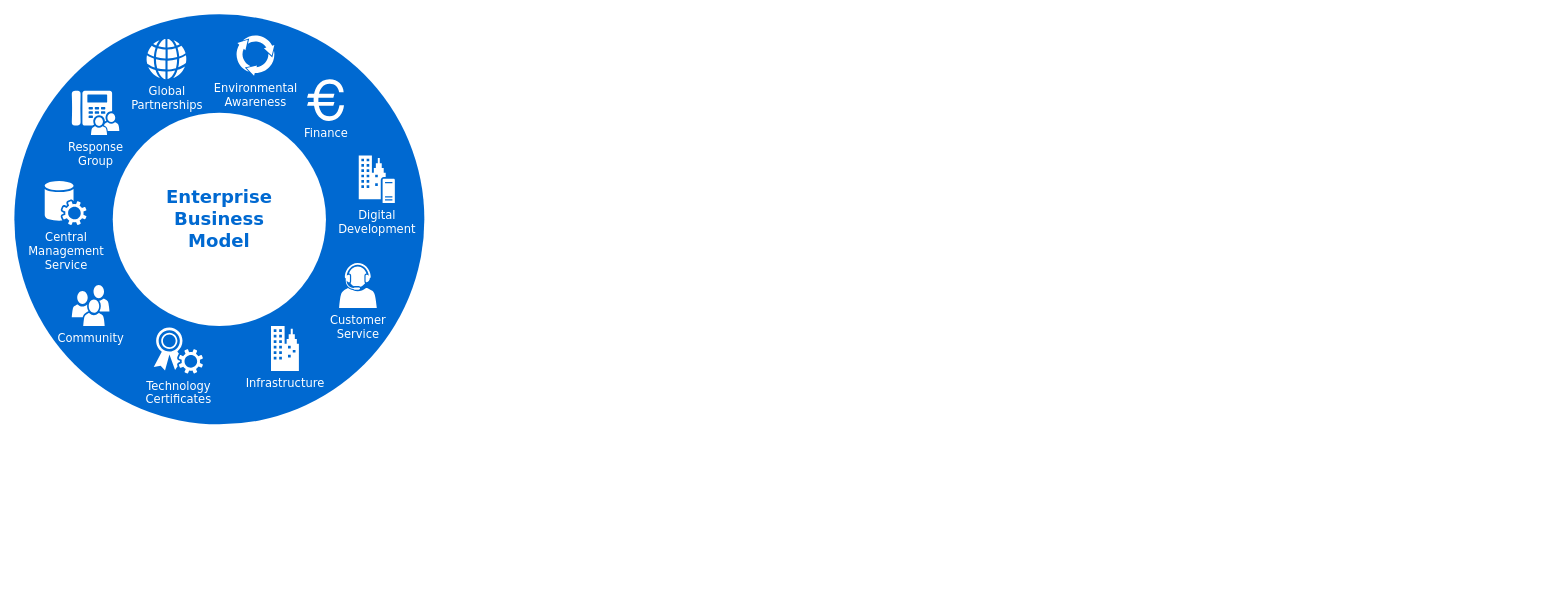
Before: Untitled Diagram.drawio in zzz-maker/CS-Notes, a draw.io diagram. Source tidied: cells renumbered, new cells numbered last; positions are measured from the earlier drawing's top-left corner, leaving out a move shared by most shapes. Both pictures are drawn from the tidied source at 82%, with x=0, y=0 at pixel (14, 14).
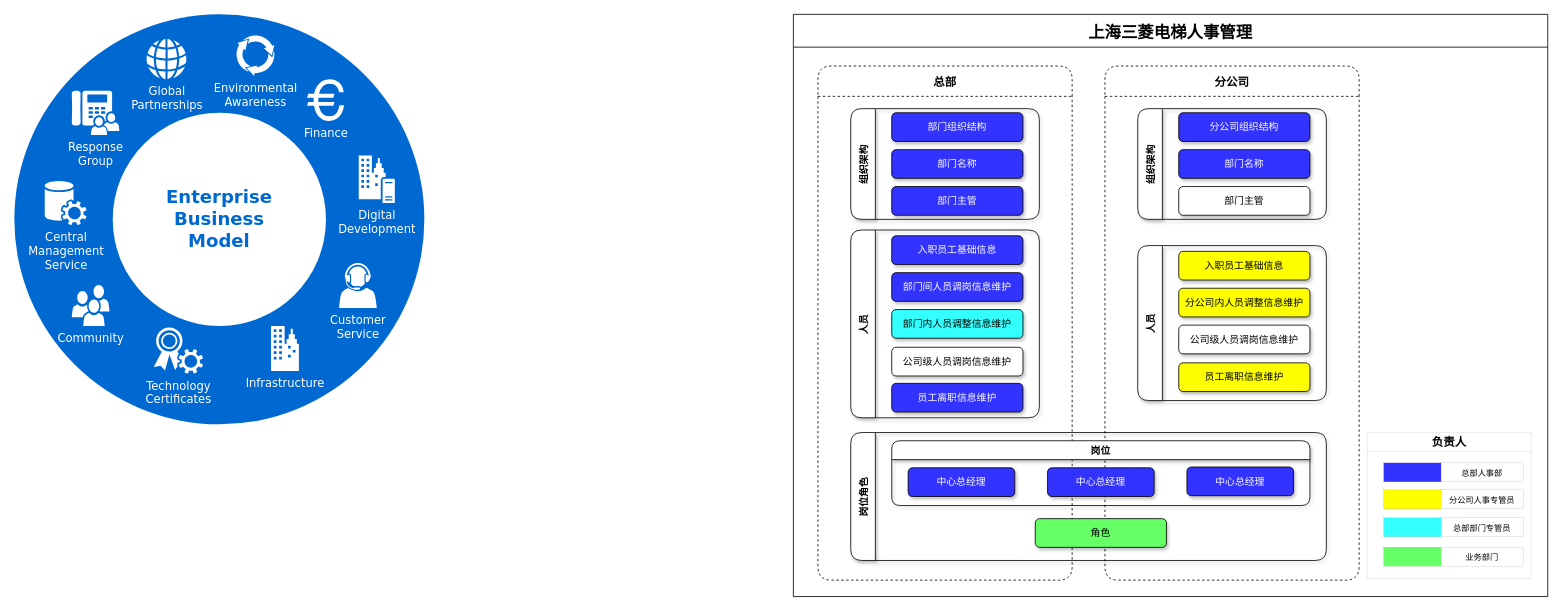
Above is the later version.

Diff of the diagram source:
```diff
@@
+    <mxCell id="14" value="分公司" style="swimlane;rounded=1;dashed=1;startSize=37;fontSize=14;" parent="1" vertex="1">
+      <mxGeometry x="1330" y="63" width="310" height="627" as="geometry" />
+    </mxCell>
+    <mxCell id="15" value="人员" style="swimlane;horizontal=0;rounded=1;startSize=30;swimlaneLine=1;shadow=1;sketch=0;glass=0;" parent="14" vertex="1">
+      <mxGeometry x="40" y="219" width="230" height="189" as="geometry" />
+    </mxCell>
+    <mxCell id="16" value="入职员工基础信息" style="rounded=1;whiteSpace=wrap;html=1;shadow=1;glass=0;sketch=0;fillColor=#FFFF00;" parent="15" vertex="1">
+      <mxGeometry x="50" y="7" width="160" height="35" as="geometry" />
+    </mxCell>
+    <mxCell id="17" value="分公司内人员调整信息维护" style="rounded=1;whiteSpace=wrap;html=1;shadow=1;glass=0;sketch=0;fillColor=#FFFF00;" parent="15" vertex="1">
+      <mxGeometry x="50" y="52" width="160" height="35" as="geometry" />
+    </mxCell>
+    <mxCell id="18" value="公司级人员调岗信息维护" style="rounded=1;whiteSpace=wrap;html=1;shadow=1;glass=0;sketch=0;" parent="14" vertex="1">
+      <mxGeometry x="90" y="316" width="160" height="35" as="geometry" />
+    </mxCell>
+    <mxCell id="19" value="员工离职信息维护" style="rounded=1;whiteSpace=wrap;html=1;shadow=1;glass=0;sketch=0;fillColor=#FFFF00;" parent="14" vertex="1">
+      <mxGeometry x="90" y="362" width="160" height="35" as="geometry" />
+    </mxCell>
@@
+    <mxCell id="20" value="总部" style="swimlane;rounded=1;dashed=1;startSize=37;fontSize=14;swimlaneLine=1;" parent="1" vertex="1">
+      <mxGeometry x="980" y="63" width="310" height="627" as="geometry" />
+    </mxCell>
+    <mxCell id="21" value="组织架构" style="swimlane;horizontal=0;rounded=1;startSize=30;swimlaneLine=1;shadow=1;sketch=0;glass=0;" parent="1" vertex="1">
+      <mxGeometry x="1020" y="115" width="230" height="135" as="geometry" />
+    </mxCell>
+    <mxCell id="22" value="部门组织结构" style="rounded=1;whiteSpace=wrap;html=1;shadow=1;glass=0;sketch=0;fillColor=#3333FF;fontColor=#FFFFFF;" parent="21" vertex="1">
+      <mxGeometry x="50" y="5" width="160" height="35" as="geometry" />
+    </mxCell>
+    <mxCell id="23" value="部门名称" style="rounded=1;whiteSpace=wrap;html=1;shadow=1;glass=0;sketch=0;fillColor=#3333FF;fontColor=#FFFFFF;" parent="21" vertex="1">
+      <mxGeometry x="50" y="50" width="160" height="35" as="geometry" />
+    </mxCell>
+    <mxCell id="24" value="部门主管" style="rounded=1;whiteSpace=wrap;html=1;shadow=1;glass=0;sketch=0;fillColor=#3333FF;fontColor=#FFFFFF;" parent="21" vertex="1">
+      <mxGeometry x="50" y="95" width="160" height="35" as="geometry" />
+    </mxCell>
+    <mxCell id="25" value="人员" style="swimlane;horizontal=0;rounded=1;startSize=30;swimlaneLine=1;shadow=1;sketch=0;glass=0;" parent="1" vertex="1">
+      <mxGeometry x="1020" y="263" width="230" height="229" as="geometry" />
+    </mxCell>
+    <mxCell id="26" value="入职员工基础信息" style="rounded=1;whiteSpace=wrap;html=1;shadow=1;glass=0;sketch=0;fillColor=#3333FF;fontColor=#FFFFFF;" parent="25" vertex="1">
+      <mxGeometry x="50" y="7" width="160" height="35" as="geometry" />
+    </mxCell>
+    <mxCell id="27" value="部门间人员调岗信息维护" style="rounded=1;whiteSpace=wrap;html=1;shadow=1;glass=0;sketch=0;fillColor=#3333FF;fontColor=#FFFFFF;" parent="25" vertex="1">
+      <mxGeometry x="50" y="52" width="160" height="35" as="geometry" />
+    </mxCell>
+    <mxCell id="28" value="部门内人员调整信息维护" style="rounded=1;whiteSpace=wrap;html=1;shadow=1;glass=0;sketch=0;fillColor=#33FFFF;" parent="25" vertex="1">
+      <mxGeometry x="50" y="97" width="160" height="35" as="geometry" />
+    </mxCell>
+    <mxCell id="29" value="员工离职信息维护" style="rounded=1;whiteSpace=wrap;html=1;shadow=1;glass=0;sketch=0;fillColor=#3333FF;fontColor=#FFFFFF;" parent="25" vertex="1">
+      <mxGeometry x="50" y="187" width="160" height="35" as="geometry" />
+    </mxCell>
+    <mxCell id="30" value="公司级人员调岗信息维护" style="rounded=1;whiteSpace=wrap;html=1;shadow=1;glass=0;sketch=0;" parent="25" vertex="1">
+      <mxGeometry x="50" y="143" width="160" height="35" as="geometry" />
+    </mxCell>
+    <mxCell id="31" value="组织架构" style="swimlane;horizontal=0;rounded=1;startSize=30;swimlaneLine=1;shadow=1;sketch=0;glass=0;" parent="1" vertex="1">
+      <mxGeometry x="1370" y="115" width="230" height="135" as="geometry" />
+    </mxCell>
+    <mxCell id="32" value="分公司组织结构" style="rounded=1;whiteSpace=wrap;html=1;shadow=1;glass=0;sketch=0;fillColor=#3333FF;fontColor=#FFFFFF;" parent="31" vertex="1">
+      <mxGeometry x="50" y="5" width="160" height="35" as="geometry" />
+    </mxCell>
+    <mxCell id="33" value="部门名称" style="rounded=1;whiteSpace=wrap;html=1;shadow=1;glass=0;sketch=0;fillColor=#3333FF;fontColor=#FFFFFF;" parent="31" vertex="1">
+      <mxGeometry x="50" y="50" width="160" height="35" as="geometry" />
+    </mxCell>
+    <mxCell id="34" value="部门主管" style="rounded=1;whiteSpace=wrap;html=1;shadow=1;glass=0;sketch=0;" parent="31" vertex="1">
+      <mxGeometry x="50" y="95" width="160" height="35" as="geometry" />
+    </mxCell>
+    <mxCell id="35" value="岗位角色" style="swimlane;horizontal=0;rounded=1;shadow=1;glass=0;sketch=0;startSize=30;" parent="1" vertex="1">
+      <mxGeometry x="1020" y="510" width="580" height="156" as="geometry" />
+    </mxCell>
+    <mxCell id="36" value="岗位" style="swimlane;rounded=1;shadow=1;glass=0;sketch=0;" parent="35" vertex="1">
+      <mxGeometry x="50" y="10" width="510" height="79" as="geometry" />
+    </mxCell>
+    <mxCell id="37" value="中心总经理" style="rounded=1;whiteSpace=wrap;html=1;shadow=1;glass=0;sketch=0;fillColor=#3333FF;fontColor=#FFFFFF;" parent="36" vertex="1">
+      <mxGeometry x="20" y="33" width="130" height="35" as="geometry" />
+    </mxCell>
+    <mxCell id="38" value="中心总经理" style="rounded=1;whiteSpace=wrap;html=1;shadow=1;glass=0;sketch=0;fillColor=#3333FF;fontColor=#FFFFFF;" parent="36" vertex="1">
+      <mxGeometry x="360" y="32" width="130" height="35" as="geometry" />
+    </mxCell>
+    <mxCell id="39" value="角色" style="rounded=1;whiteSpace=wrap;html=1;shadow=1;glass=0;sketch=0;fillColor=#66FF66;" parent="35" vertex="1">
+      <mxGeometry x="225" y="105" width="160" height="35" as="geometry" />
+    </mxCell>
+    <mxCell id="40" value="中心总经理" style="rounded=1;whiteSpace=wrap;html=1;shadow=1;glass=0;sketch=0;fillColor=#3333FF;fontColor=#FFFFFF;" parent="1" vertex="1">
+      <mxGeometry x="1260" y="553" width="130" height="35" as="geometry" />
+    </mxCell>
+    <mxCell id="41" value="负责人" style="swimlane;rounded=0;shadow=0;glass=0;sketch=0;fontSize=14;strokeWidth=0;" parent="1" vertex="1">
+      <mxGeometry x="1650" y="510" width="200" height="178" as="geometry" />
+    </mxCell>
+    <mxCell id="42" style="rounded=0;whiteSpace=wrap;html=1;shadow=0;glass=0;sketch=0;fontSize=14;fillColor=#3333FF;strokeWidth=0;" parent="41" vertex="1">
+      <mxGeometry x="20" y="37" width="70" height="23" as="geometry" />
+    </mxCell>
+    <mxCell id="43" value="总部人事部" style="rounded=0;whiteSpace=wrap;html=1;shadow=0;glass=0;sketch=0;fontSize=10;strokeWidth=0;" parent="41" vertex="1">
+      <mxGeometry x="90" y="37" width="100" height="23" as="geometry" />
+    </mxCell>
+    <mxCell id="44" style="rounded=0;whiteSpace=wrap;html=1;shadow=0;glass=0;sketch=0;fontSize=14;strokeWidth=0;fillColor=#FFFF00;" parent="41" vertex="1">
+      <mxGeometry x="20" y="70" width="70" height="23" as="geometry" />
+    </mxCell>
+    <mxCell id="45" value="分公司人事专管员" style="rounded=0;whiteSpace=wrap;html=1;shadow=0;glass=0;sketch=0;fontSize=10;strokeWidth=0;" parent="41" vertex="1">
+      <mxGeometry x="90" y="70" width="100" height="23" as="geometry" />
+    </mxCell>
+    <mxCell id="46" style="rounded=0;whiteSpace=wrap;html=1;shadow=0;glass=0;sketch=0;fontSize=14;strokeWidth=0;fillColor=#33FFFF;" parent="41" vertex="1">
+      <mxGeometry x="20" y="104" width="70" height="23" as="geometry" />
+    </mxCell>
+    <mxCell id="47" value="总部部门专管员" style="rounded=0;whiteSpace=wrap;html=1;shadow=0;glass=0;sketch=0;fontSize=10;strokeWidth=0;" parent="41" vertex="1">
+      <mxGeometry x="90" y="104" width="100" height="23" as="geometry" />
+    </mxCell>
+    <mxCell id="48" style="rounded=0;whiteSpace=wrap;html=1;shadow=0;glass=0;sketch=0;fontSize=14;strokeWidth=0;fillColor=#66FF66;" parent="41" vertex="1">
+      <mxGeometry x="20" y="140" width="70" height="23" as="geometry" />
+    </mxCell>
+    <mxCell id="49" value="业务部门" style="rounded=0;whiteSpace=wrap;html=1;shadow=0;glass=0;sketch=0;fontSize=10;strokeWidth=0;" parent="41" vertex="1">
+      <mxGeometry x="90" y="140" width="100" height="23" as="geometry" />
+    </mxCell>
+    <mxCell id="50" value="上海三菱电梯人事管理" style="swimlane;rounded=0;shadow=0;glass=0;sketch=0;fontSize=20;strokeWidth=1;fillColor=#FFFFFF;startSize=40;" parent="1" vertex="1">
+      <mxGeometry x="950" width="920" height="710" as="geometry" />
+    </mxCell>
```
